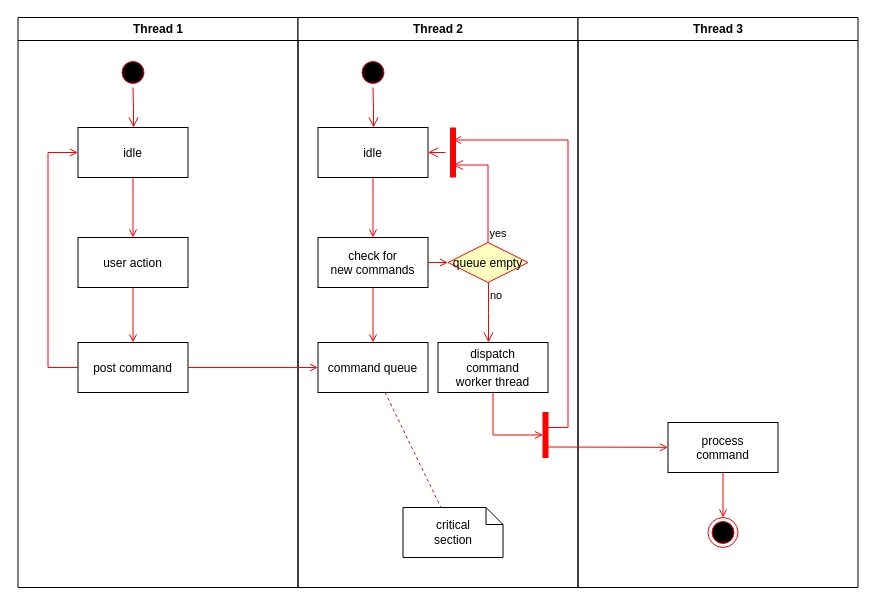
Above: Diagramas/diagrama_atividades.drawio in DanielRM07/TCC (draw.io), before the change. Source tidied: cells renumbered, new cells numbered last; positions are measured from the earlier drawing's top-left corner, leaving out a move shared by most shapes. Both pictures are drawn from the tidied source at 100%, with x=0, y=0 at pixel (17, 17).
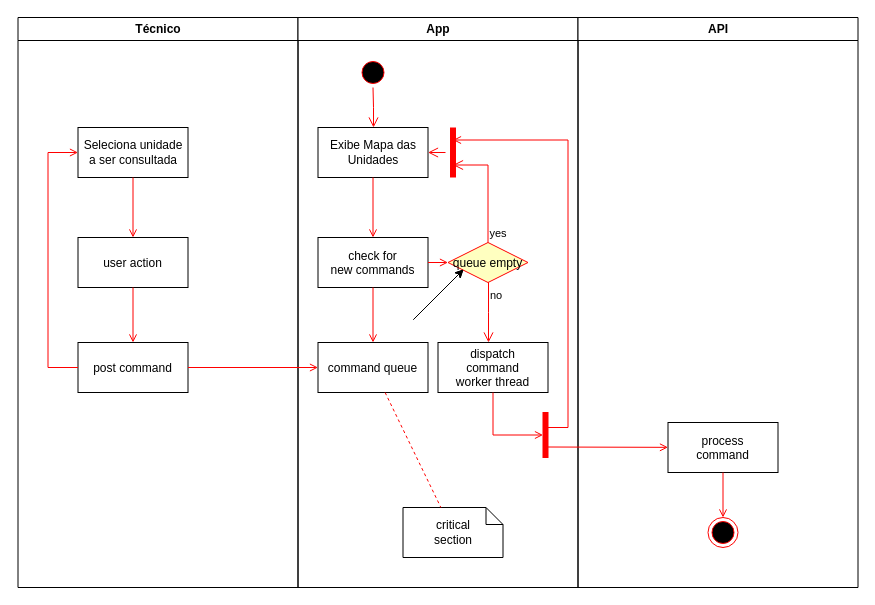
After the change.

Change to the diagram source:
```diff
@@
-    <mxCell id="2" value="Thread 1" style="swimlane;whiteSpace=wrap;" parent="1" vertex="1">
+    <mxCell id="2" value="Técnico" style="swimlane;whiteSpace=wrap;" parent="1" vertex="1">
       <mxGeometry x="0.5" width="280" height="570" as="geometry" />
     </mxCell>
-    <mxCell id="3" style="ellipse;shape=startState;fillColor=#000000;strokeColor=#ff0000;" parent="2" vertex="1">
-      <mxGeometry x="100" y="40" width="30" height="30" as="geometry" />
-    </mxCell>
-    <mxCell id="4" style="edgeStyle=elbowEdgeStyle;elbow=horizontal;verticalAlign=bottom;endArrow=open;endSize=8;strokeColor=#FF0000;endFill=1;rounded=0;" parent="2" edge="1" source="3" target="5">
-      <mxGeometry x="100" y="40" as="geometry" />
-    </mxCell>
-    <mxCell id="5" value="idle" parent="2" vertex="1">
+    <mxCell id="5" value="Seleciona unidade a ser consultada" style="whiteSpace=wrap;" parent="2" vertex="1">
       <mxGeometry x="60" y="110" width="110" height="50" as="geometry" />
     </mxCell>
@@
-    <mxCell id="11" value="Thread 2" style="swimlane;whiteSpace=wrap;" parent="1" vertex="1">
+    <mxCell id="11" value="App" style="swimlane;whiteSpace=wrap;" parent="1" vertex="1">
       <mxGeometry x="280.5" width="280" height="570" as="geometry" />
     </mxCell>
@@
-    <mxCell id="14" value="idle" parent="11" vertex="1">
+    <mxCell id="14" value="Exibe Mapa das Unidades" style="whiteSpace=wrap;" parent="11" vertex="1">
       <mxGeometry x="20" y="110" width="110" height="50" as="geometry" />
     </mxCell>
@@
-    <mxCell id="30" value="Thread 3" style="swimlane;whiteSpace=wrap;" parent="1" vertex="1">
+    <mxCell id="30" value="API" style="swimlane;whiteSpace=wrap;" parent="1" vertex="1">
       <mxGeometry x="560.5" width="280" height="570" as="geometry" />
     </mxCell>
@@
+    <mxCell id="37" style="endArrow=classic;html=1;rounded=0;" parent="1" edge="1">
+      <mxGeometry relative="1" as="geometry">
+        <mxPoint x="396" y="302" as="sourcePoint" />
+        <mxPoint x="446" y="252" as="targetPoint" />
+      </mxGeometry>
+    </mxCell>
+    <mxCell id="38" style="endArrow=classic;html=1;rounded=0;" parent="1" edge="1">
+      <mxGeometry relative="1" as="geometry">
+        <mxPoint x="396" y="302" as="sourcePoint" />
+        <mxPoint x="446" y="252" as="targetPoint" />
+      </mxGeometry>
+    </mxCell>
```
